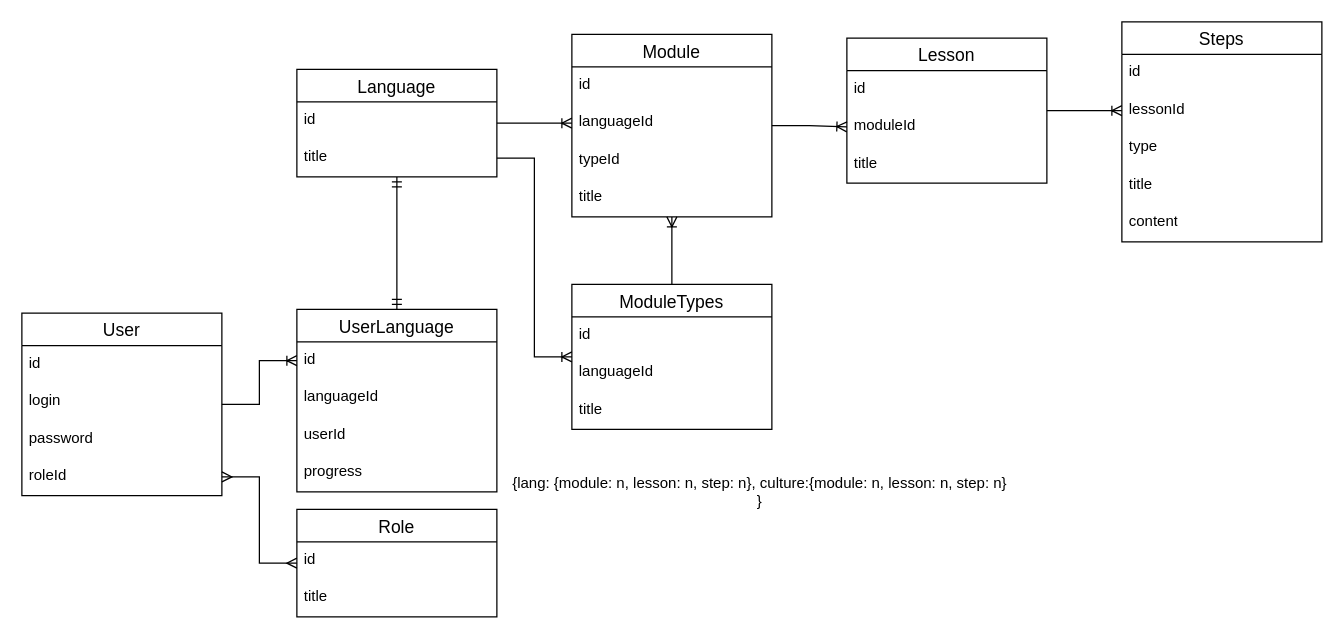
Above: server/LearLangServerModel.drawio in Arteminariy/LearnLang (draw.io), before the change. Source tidied: cells renumbered, new cells numbered last; positions are measured from the earlier drawing's top-left corner, leaving out a move shared by most shapes. Both pictures are drawn from the tidied source at 125%, with x=0, y=0 at pixel (21, 21).
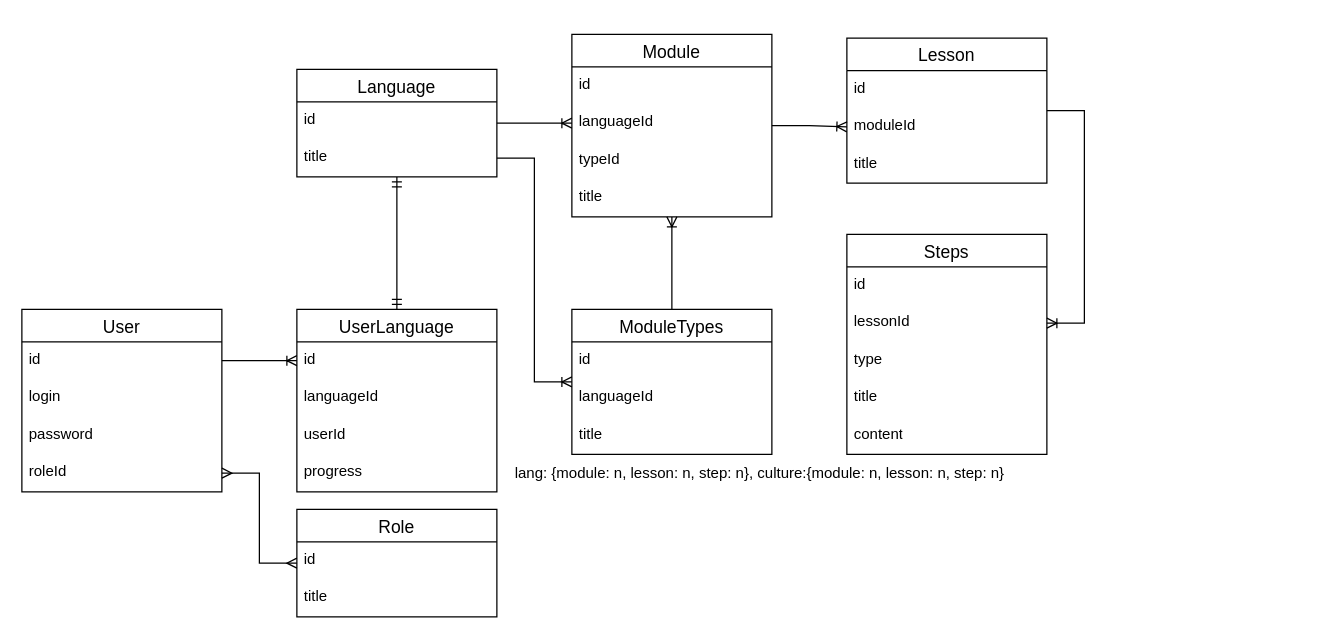
The same page after the edit.

The change refers to these unchanged cells:
```xml
<mxCell id="24" value="id" style="text;strokeColor=none;fillColor=none;spacingLeft=4;spacingRight=4;overflow=hidden;points=[[0,0.5],[1,0.5]];portConstraint=eastwest;fontSize=12;whiteSpace=wrap;html=1;" parent="23" vertex="1">
  <mxGeometry y="26" width="160" height="30" as="geometry" />
</mxCell>
<mxCell id="29" value="id" style="text;strokeColor=none;fillColor=none;spacingLeft=4;spacingRight=4;overflow=hidden;points=[[0,0.5],[1,0.5]];portConstraint=eastwest;fontSize=12;whiteSpace=wrap;html=1;" parent="28" vertex="1">
  <mxGeometry y="26" width="160" height="30" as="geometry" />
</mxCell>
```

Diff of the diagram source:
```diff
@@
     <mxCell id="16" value="Steps" style="swimlane;fontStyle=0;horizontal=1;startSize=26;align=center;fontSize=14;" parent="1" vertex="1">
-      <mxGeometry x="880" width="160" height="176" as="geometry" />
+      <mxGeometry x="660" y="170" width="160" height="176" as="geometry" />
     </mxCell>
@@
     <mxCell id="23" value="User" style="swimlane;fontStyle=0;horizontal=1;startSize=26;align=center;fontSize=14;" parent="1" vertex="1">
-      <mxGeometry y="233" width="160" height="146" as="geometry" />
+      <mxGeometry y="230" width="160" height="146" as="geometry" />
     </mxCell>
@@
-    <mxCell id="33" style="edgeStyle=entityRelationEdgeStyle;fontSize=12;html=1;endArrow=ERoneToMany;rounded=0;" parent="1" edge="1" source="23" target="29">
+    <mxCell id="33" style="edgeStyle=entityRelationEdgeStyle;fontSize=12;html=1;endArrow=ERoneToMany;rounded=0;" parent="1" edge="1" source="24" target="29">
       <mxGeometry relative="1" as="geometry" />
     </mxCell>
@@
-    <mxCell id="35" value="{lang: {module: n, lesson: n, step: n}, culture:{module: n, lesson: n, step: n}&#10;}" style="text;align=center;verticalAlign=middle;strokeColor=none;fillColor=none;html=1;" parent="1" vertex="1">
-      <mxGeometry x="380" y="356" width="420" height="40" as="geometry" />
+    <mxCell id="35" value="lang: {module: n, lesson: n, step: n}, culture:{module: n, lesson: n, step: n}&lt;br&gt;" style="text;align=center;verticalAlign=middle;strokeColor=none;fillColor=none;html=1;" parent="1" vertex="1">
+      <mxGeometry x="380" y="346" width="420" height="30" as="geometry" />
     </mxCell>
@@
     <mxCell id="37" value="ModuleTypes" style="swimlane;fontStyle=0;horizontal=1;startSize=26;align=center;fontSize=14;" parent="1" vertex="1">
-      <mxGeometry x="440" y="210" width="160" height="116" as="geometry" />
+      <mxGeometry x="440" y="230" width="160" height="116" as="geometry" />
     </mxCell>
```
